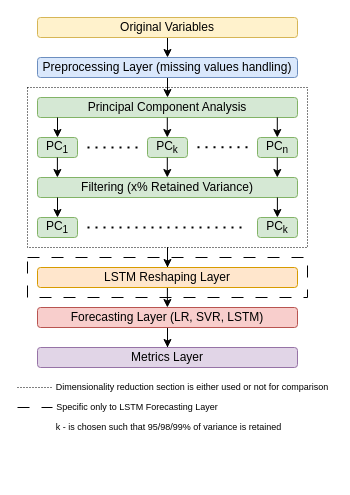
This is text/Figures/Forecasting_framework.drawio from Tomas-Barhon/Noise-reduction-and-feature-extraction-with-principal-component-analysis, a draw.io file, before an edit. Source tidied: cells renumbered, new cells numbered last; positions are measured from the earlier drawing's top-left corner, leaving out a move shared by most shapes. Both pictures are drawn from the tidied source at 100%, with x=0, y=0 at pixel (17, 17).
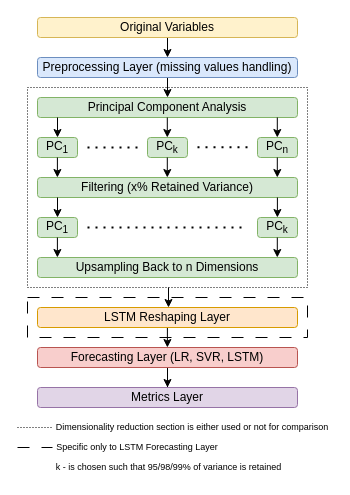
The same page after the edit.

Diff of the diagram source:
```diff
@@
-    <mxCell id="12" style="edgeStyle=orthogonalEdgeStyle;rounded=0;jettySize=auto;html=1;" parent="1" edge="1" source="13" target="30">
-      <mxGeometry relative="1" as="geometry" />
+    <mxCell id="12" style="edgeStyle=orthogonalEdgeStyle;rounded=0;orthogonalLoop=1;jettySize=auto;html=1;" parent="1" edge="1">
+      <mxGeometry relative="1" as="geometry">
+        <mxPoint x="151" y="270" as="sourcePoint" />
+        <mxPoint x="151" y="290" as="targetPoint" />
+      </mxGeometry>
     </mxCell>
     <mxCell id="13" style="rounded=0;whiteSpace=wrap;html=1;fillColor=none;dashed=1;dashPattern=1 2;" parent="1" vertex="1">
-      <mxGeometry x="10" y="70" width="280" height="160" as="geometry" />
+      <mxGeometry x="10" y="70" width="280" height="200" as="geometry" />
     </mxCell>
@@
     <mxCell id="27" value="Forecasting Layer (LR, SVR, LSTM)" style="rounded=1;whiteSpace=wrap;html=1;fillColor=#f8cecc;strokeColor=#b85450;" parent="1" vertex="1">
-      <mxGeometry x="20" y="290" width="260" height="20" as="geometry" />
+      <mxGeometry x="20" y="330" width="260" height="20" as="geometry" />
     </mxCell>
     <mxCell id="28" style="edgeStyle=orthogonalEdgeStyle;rounded=0;orthogonalLoop=1;jettySize=auto;html=1;exitX=0.5;exitY=1;exitDx=0;exitDy=0;entryX=0.5;entryY=0;entryDx=0;entryDy=0;" parent="1" edge="1">
       <mxGeometry relative="1" as="geometry">
-        <mxPoint x="149.9" y="270" as="sourcePoint" />
-        <mxPoint x="149.9" y="290" as="targetPoint" />
+        <mxPoint x="149.9" y="310" as="sourcePoint" />
+        <mxPoint x="149.9" y="330" as="targetPoint" />
       </mxGeometry>
     </mxCell>
     <mxCell id="29" value="Metrics Layer" style="rounded=1;whiteSpace=wrap;html=1;fillColor=#e1d5e7;strokeColor=#9673a6;" parent="1" vertex="1">
-      <mxGeometry x="20" y="330" width="260" height="20" as="geometry" />
+      <mxGeometry x="20" y="370" width="260" height="20" as="geometry" />
     </mxCell>
     <mxCell id="30" value="LSTM Reshaping Layer" style="rounded=1;whiteSpace=wrap;html=1;fillColor=#ffe6cc;strokeColor=#d79b00;" parent="1" vertex="1">
-      <mxGeometry x="20" y="250" width="260" height="20" as="geometry" />
+      <mxGeometry x="20" y="290" width="260" height="20" as="geometry" />
     </mxCell>
     <mxCell id="31" style="rounded=0;whiteSpace=wrap;html=1;fillColor=none;dashed=1;dashPattern=12 12;" parent="1" vertex="1">
-      <mxGeometry x="10" y="240" width="280" height="40" as="geometry" />
+      <mxGeometry x="10" y="280" width="280" height="40" as="geometry" />
     </mxCell>
     <mxCell id="32" style="endArrow=none;html=1;rounded=0;dashed=1;dashPattern=1 2;" parent="1" edge="1">
       <mxGeometry relative="1" as="geometry">
-        <mxPoint y="370" as="sourcePoint" />
-        <mxPoint x="35" y="370" as="targetPoint" />
+        <mxPoint y="410" as="sourcePoint" />
+        <mxPoint x="35" y="410" as="targetPoint" />
       </mxGeometry>
     </mxCell>
     <mxCell id="33" style="endArrow=none;html=1;rounded=0;dashed=1;dashPattern=12 12;" parent="1" edge="1">
       <mxGeometry relative="1" as="geometry">
-        <mxPoint y="390" as="sourcePoint" />
-        <mxPoint x="35" y="390" as="targetPoint" />
+        <mxPoint y="430" as="sourcePoint" />
+        <mxPoint x="35" y="430" as="targetPoint" />
       </mxGeometry>
     </mxCell>
     <mxCell id="34" value="Dimensionality reduction section is either used or not for comparison" style="text;html=1;align=center;verticalAlign=middle;whiteSpace=wrap;rounded=0;fontSize=9;" parent="1" vertex="1">
-      <mxGeometry x="35" y="360" width="280" height="20" as="geometry" />
+      <mxGeometry x="35" y="400" width="280" height="20" as="geometry" />
     </mxCell>
     <mxCell id="35" value="Specific only to LSTM Forecasting Layer" style="text;html=1;align=center;verticalAlign=middle;whiteSpace=wrap;rounded=0;fontSize=9;" parent="1" vertex="1">
-      <mxGeometry x="35" y="380" width="170" height="20" as="geometry" />
+      <mxGeometry x="35" y="420" width="170" height="20" as="geometry" />
     </mxCell>
     <mxCell id="36" value="k - is chosen such that 95/98/99% of variance is retained" style="text;html=1;align=center;verticalAlign=middle;whiteSpace=wrap;rounded=0;fontSize=9;" parent="1" vertex="1">
-      <mxGeometry x="35" y="400" width="232.5" height="20" as="geometry" />
+      <mxGeometry x="35" y="440" width="232.5" height="20" as="geometry" />
     </mxCell>
+    <mxCell id="37" value="Upsampling Back to n Dimensions" style="rounded=1;whiteSpace=wrap;html=1;fillColor=#d5e8d4;strokeColor=#82b366;" parent="1" vertex="1">
+      <mxGeometry x="20" y="240" width="260" height="20" as="geometry" />
+    </mxCell>
+    <mxCell id="38" style="endArrow=classic;html=1;rounded=0;entryX=0.5;entryY=0;entryDx=0;entryDy=0;" parent="1" edge="1">
+      <mxGeometry relative="1" as="geometry">
+        <mxPoint x="39.9" y="220" as="sourcePoint" />
+        <mxPoint x="39.9" y="240" as="targetPoint" />
+      </mxGeometry>
+    </mxCell>
+    <mxCell id="39" style="endArrow=classic;html=1;rounded=0;entryX=0.5;entryY=0;entryDx=0;entryDy=0;" parent="1" edge="1">
+      <mxGeometry relative="1" as="geometry">
+        <mxPoint x="259.8" y="220" as="sourcePoint" />
+        <mxPoint x="259.8" y="240" as="targetPoint" />
+      </mxGeometry>
+    </mxCell>
```
